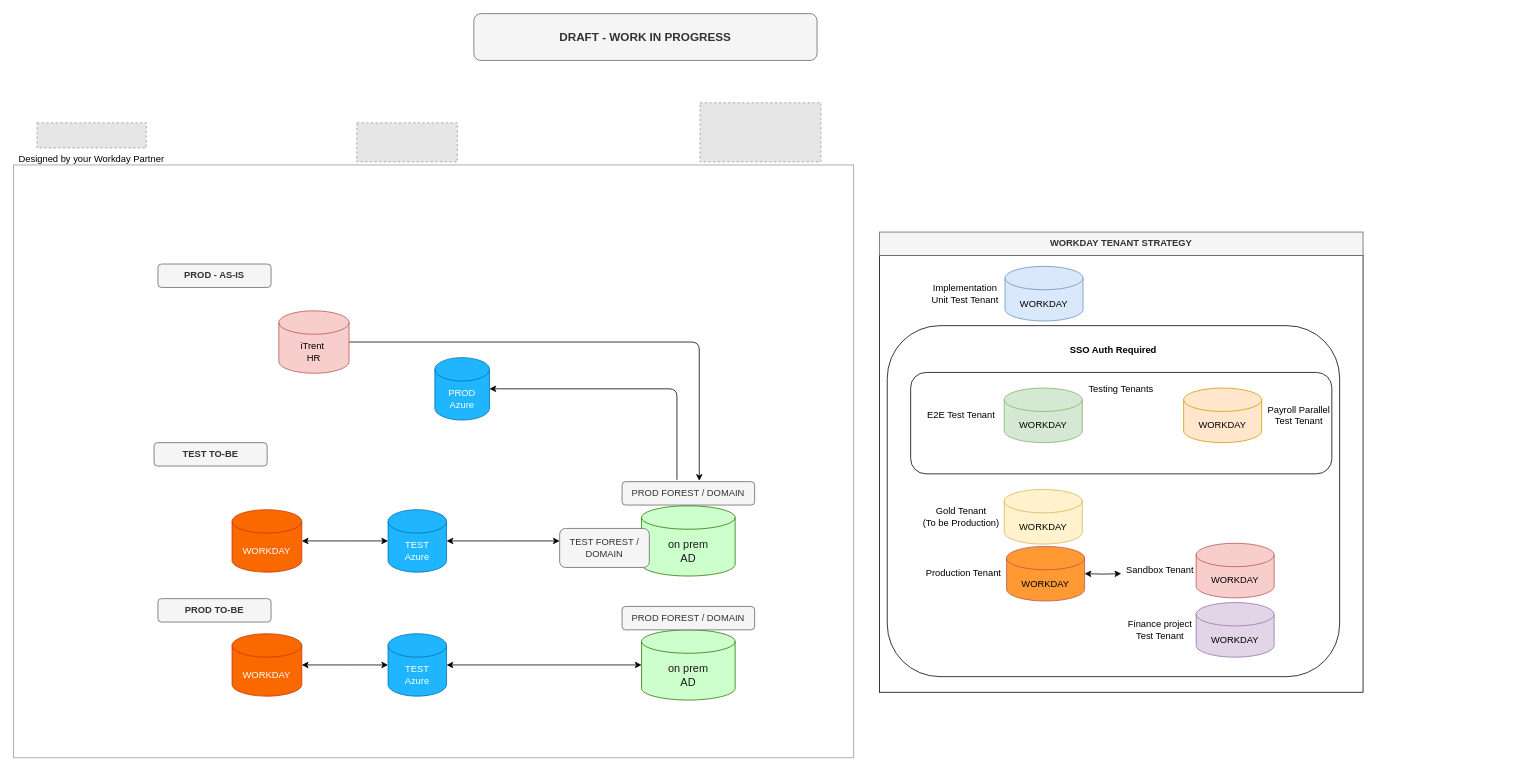
Above: SEW CURRENT AD PROCESS.drawio in sandyaroma/sandyaroma (draw.io), before the change. Source tidied: cells renumbered, new cells numbered last; positions are measured from the earlier drawing's top-left corner, leaving out a move shared by most shapes. Both pictures are drawn from the tidied source at 78%, with x=0, y=0 at pixel (13, 13). Pictures stored in the file or linked from it are replaced by grey dashed boxes.
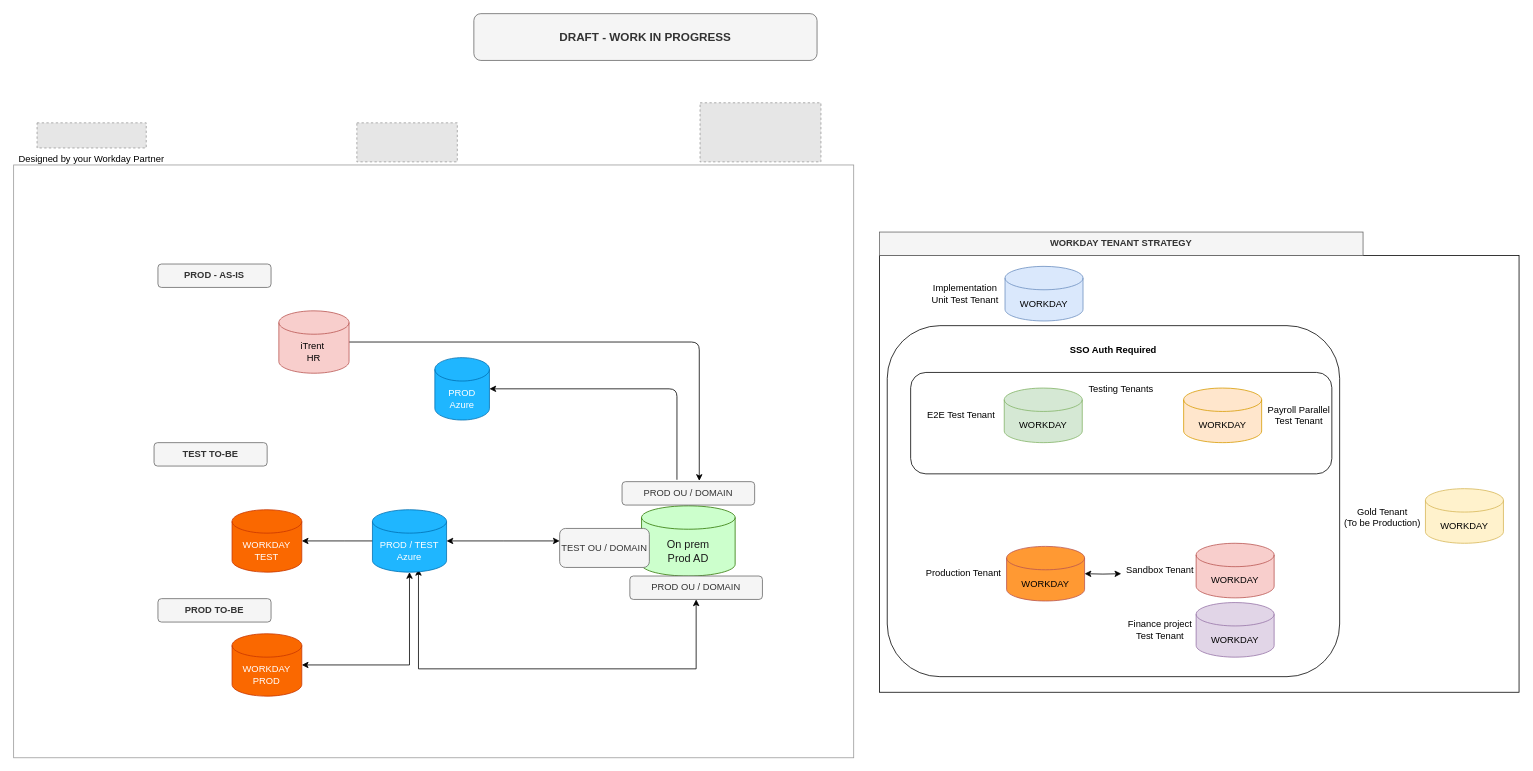
The same diagram, later.

The edit, as a diff of the source:
```diff
@@
+    <mxCell id="28" style="rounded=0;whiteSpace=wrap;html=1;fillColor=none;strokeColor=#999999;" parent="1" vertex="1">
+      <mxGeometry y="194" width="1077" height="760" as="geometry" />
+    </mxCell>
@@
     <mxCell id="3" style="rounded=0;whiteSpace=wrap;html=1;fillColor=none;" parent="1" vertex="1">
-      <mxGeometry x="1110" y="310" width="620" height="560" as="geometry" />
+      <mxGeometry x="1110" y="310" width="820" height="560" as="geometry" />
     </mxCell>
@@
-    <mxCell id="5" value="&lt;font color=&quot;#1a1a1a&quot; style=&quot;font-size: 14px;&quot;&gt;on prem&lt;/font&gt;&lt;div style=&quot;font-size: 14px;&quot;&gt;&lt;font color=&quot;#1a1a1a&quot;&gt;AD&lt;/font&gt;&lt;/div&gt;" style="shape=cylinder3;whiteSpace=wrap;html=1;boundedLbl=1;backgroundOutline=1;size=15;fillColor=#CCFFCC;fontColor=#ffffff;strokeColor=#2D7600;" parent="1" vertex="1">
+    <mxCell id="5" value="&lt;font color=&quot;#1a1a1a&quot; style=&quot;font-size: 14px;&quot;&gt;On prem&lt;/font&gt;&lt;div style=&quot;font-size: 14px;&quot;&gt;&lt;font color=&quot;#1a1a1a&quot;&gt;Prod AD&lt;/font&gt;&lt;/div&gt;" style="shape=cylinder3;whiteSpace=wrap;html=1;boundedLbl=1;backgroundOutline=1;size=15;fillColor=#CCFFCC;fontColor=#ffffff;strokeColor=#2D7600;" parent="1" vertex="1">
       <mxGeometry x="805" y="631" width="120" height="90" as="geometry" />
     </mxCell>
@@
-    <mxCell id="9" value="&lt;font color=&quot;#ffffff&quot;&gt;WORKDAY&lt;/font&gt;" style="shape=cylinder3;whiteSpace=wrap;html=1;boundedLbl=1;backgroundOutline=1;size=15;fillColor=#fa6800;fontColor=#000000;strokeColor=#C73500;" parent="1" vertex="1">
+    <mxCell id="9" value="&lt;font color=&quot;#ffffff&quot;&gt;WORKDAY&lt;/font&gt;&lt;div&gt;&lt;font color=&quot;#ffffff&quot;&gt;TEST&lt;/font&gt;&lt;/div&gt;" style="shape=cylinder3;whiteSpace=wrap;html=1;boundedLbl=1;backgroundOutline=1;size=15;fillColor=#fa6800;fontColor=#000000;strokeColor=#C73500;" parent="1" vertex="1">
       <mxGeometry x="280" y="636" width="89.4" height="80" as="geometry" />
     </mxCell>
@@
-    <mxCell id="14" value="&lt;font color=&quot;#1a1a1a&quot; style=&quot;font-size: 14px;&quot;&gt;on prem&lt;/font&gt;&lt;div style=&quot;font-size: 14px;&quot;&gt;&lt;font color=&quot;#1a1a1a&quot;&gt;AD&lt;/font&gt;&lt;/div&gt;" style="shape=cylinder3;whiteSpace=wrap;html=1;boundedLbl=1;backgroundOutline=1;size=15;fillColor=#CCFFCC;fontColor=#ffffff;strokeColor=#2D7600;" parent="1" vertex="1">
-      <mxGeometry x="805" y="790" width="120" height="90" as="geometry" />
-    </mxCell>
@@
-    <mxCell id="16" style="edgeStyle=orthogonalEdgeStyle;rounded=0;jettySize=auto;html=1;startArrow=classic;startFill=1;" parent="1" edge="1" source="18">
-      <mxGeometry relative="1" as="geometry">
-        <mxPoint x="480" y="835" as="targetPoint" />
-      </mxGeometry>
+    <mxCell id="16" style="edgeStyle=orthogonalEdgeStyle;rounded=0;jettySize=auto;html=1;startArrow=classic;startFill=1;entryX=0.5;entryY=1;entryDx=0;entryDy=0;entryPerimeter=0;" parent="1" edge="1" source="18" target="23">
+      <mxGeometry relative="1" as="geometry" />
     </mxCell>
@@
-    <mxCell id="18" value="&lt;font color=&quot;#ffffff&quot;&gt;WORKDAY&lt;/font&gt;" style="shape=cylinder3;whiteSpace=wrap;html=1;boundedLbl=1;backgroundOutline=1;size=15;fillColor=#fa6800;fontColor=#000000;strokeColor=#C73500;" parent="1" vertex="1">
+    <mxCell id="18" value="&lt;font color=&quot;#ffffff&quot;&gt;WORKDAY&lt;/font&gt;&lt;div&gt;&lt;font color=&quot;#ffffff&quot;&gt;PROD&lt;/font&gt;&lt;/div&gt;" style="shape=cylinder3;whiteSpace=wrap;html=1;boundedLbl=1;backgroundOutline=1;size=15;fillColor=#fa6800;fontColor=#000000;strokeColor=#C73500;" parent="1" vertex="1">
       <mxGeometry x="280" y="795" width="89.4" height="80" as="geometry" />
     </mxCell>
@@
-    <mxCell id="20" value="&lt;div&gt;TEST&lt;/div&gt;Azure" style="shape=cylinder3;whiteSpace=wrap;html=1;boundedLbl=1;backgroundOutline=1;size=15;fillColor=#1FB6FF;fontColor=#ffffff;strokeColor=#006EAF;" parent="1" vertex="1">
-      <mxGeometry x="480" y="795" width="75" height="80" as="geometry" />
-    </mxCell>
-    <mxCell id="21" value="PROD FOREST / DOMAIN" style="text;html=1;align=center;verticalAlign=middle;whiteSpace=wrap;rounded=1;fillColor=#f5f5f5;fontColor=#333333;strokeColor=#666666;" parent="1" vertex="1">
+    <mxCell id="21" value="PROD OU / DOMAIN" style="text;html=1;align=center;verticalAlign=middle;whiteSpace=wrap;rounded=1;fillColor=#f5f5f5;fontColor=#333333;strokeColor=#666666;" parent="1" vertex="1">
       <mxGeometry x="780" y="600" width="170" height="30" as="geometry" />
     </mxCell>
-    <mxCell id="22" style="edgeStyle=orthogonalEdgeStyle;rounded=0;jettySize=auto;html=1;entryX=0;entryY=0.5;entryDx=0;entryDy=0;entryPerimeter=0;startArrow=classic;startFill=1;" parent="1" edge="1" source="20" target="14">
-      <mxGeometry relative="1" as="geometry" />
+    <mxCell id="22" style="edgeStyle=orthogonalEdgeStyle;rounded=0;jettySize=auto;html=1;startArrow=classic;startFill=1;exitX=0.621;exitY=0.95;exitDx=0;exitDy=0;exitPerimeter=0;" parent="1" edge="1" source="23" target="24">
+      <mxGeometry relative="1" as="geometry">
+        <Array as="points">
+          <mxPoint x="519" y="840" />
+          <mxPoint x="875" y="840" />
+        </Array>
+      </mxGeometry>
     </mxCell>
-    <mxCell id="23" value="&lt;div&gt;TEST&lt;/div&gt;Azure" style="shape=cylinder3;whiteSpace=wrap;html=1;boundedLbl=1;backgroundOutline=1;size=15;fillColor=#1FB6FF;fontColor=#ffffff;strokeColor=#006EAF;" parent="1" vertex="1">
-      <mxGeometry x="480" y="636" width="75" height="80" as="geometry" />
+    <mxCell id="23" value="&lt;div&gt;PROD / TEST&lt;/div&gt;Azure" style="shape=cylinder3;whiteSpace=wrap;html=1;boundedLbl=1;backgroundOutline=1;size=15;fillColor=#1FB6FF;fontColor=#ffffff;strokeColor=#006EAF;" parent="1" vertex="1">
+      <mxGeometry x="460" y="636" width="95" height="80" as="geometry" />
     </mxCell>
-    <mxCell id="24" value="PROD FOREST / DOMAIN" style="text;html=1;align=center;verticalAlign=middle;whiteSpace=wrap;rounded=1;fillColor=#f5f5f5;fontColor=#333333;strokeColor=#666666;" parent="1" vertex="1">
-      <mxGeometry x="780" y="760" width="170" height="30" as="geometry" />
+    <mxCell id="24" value="PROD OU / DOMAIN" style="text;html=1;align=center;verticalAlign=middle;whiteSpace=wrap;rounded=1;fillColor=#f5f5f5;fontColor=#333333;strokeColor=#666666;" parent="1" vertex="1">
+      <mxGeometry x="790" y="721" width="170" height="30" as="geometry" />
     </mxCell>
@@
-    <mxCell id="26" value="TEST FOREST / DOMAIN" style="text;html=1;align=center;verticalAlign=middle;whiteSpace=wrap;rounded=1;fillColor=#f5f5f5;fontColor=#333333;strokeColor=#666666;" parent="1" vertex="1">
+    <mxCell id="26" value="TEST OU / DOMAIN" style="text;html=1;align=center;verticalAlign=middle;whiteSpace=wrap;rounded=1;fillColor=#f5f5f5;fontColor=#333333;strokeColor=#666666;" parent="1" vertex="1">
       <mxGeometry x="700" y="660" width="115" height="50" as="geometry" />
     </mxCell>
@@
-    <mxCell id="28" style="rounded=0;whiteSpace=wrap;html=1;fillColor=none;strokeColor=#999999;" parent="1" vertex="1">
-      <mxGeometry y="194" width="1077" height="760" as="geometry" />
-    </mxCell>
@@
     <mxCell id="34" value="WORKDAY" style="shape=cylinder3;whiteSpace=wrap;html=1;boundedLbl=1;backgroundOutline=1;size=15;fillColor=#fff2cc;strokeColor=#d6b656;" parent="1" vertex="1">
-      <mxGeometry x="1270" y="610" width="100" height="70" as="geometry" />
+      <mxGeometry x="1810" y="609" width="100" height="70" as="geometry" />
     </mxCell>
     <mxCell id="35" value="Gold Tenant&lt;div&gt;(To be Production)&lt;/div&gt;" style="text;html=1;align=center;verticalAlign=middle;whiteSpace=wrap;rounded=0;" parent="1" vertex="1">
-      <mxGeometry x="1160" y="630" width="110" height="30" as="geometry" />
+      <mxGeometry x="1700" y="631" width="110" height="30" as="geometry" />
     </mxCell>
```
